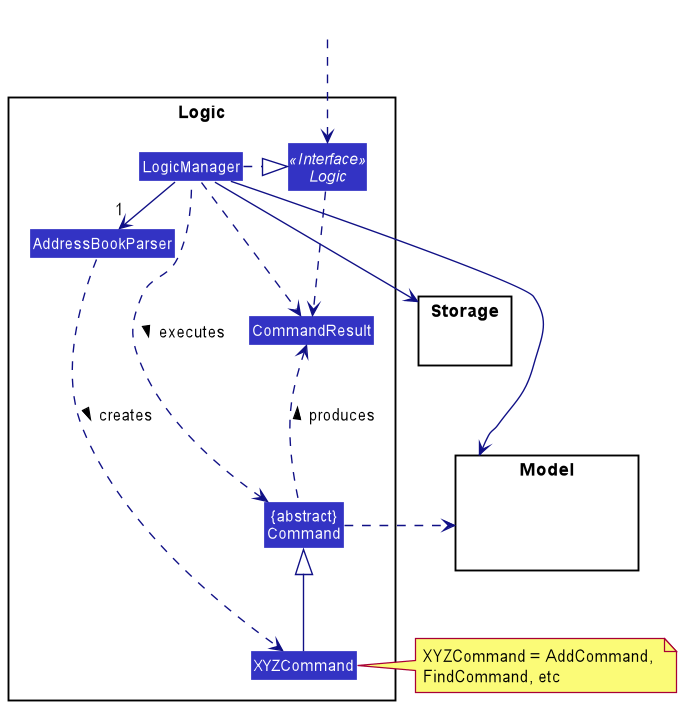
This is docs/images/LogicClassDiagram.png from se-edu/addressbook-level3, a PlantUML export, as it was before one commit.
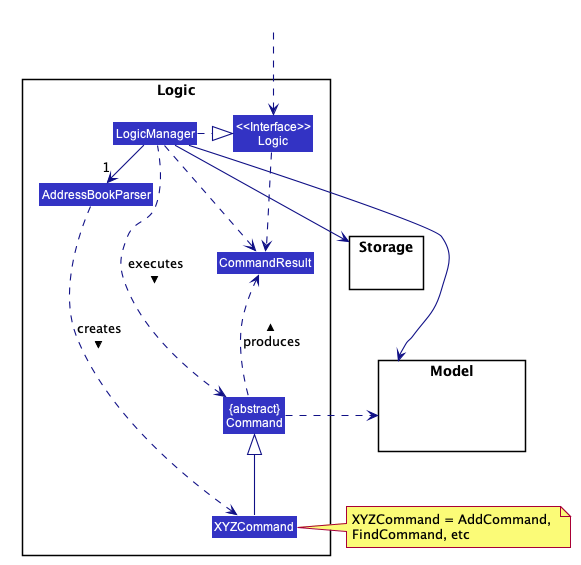
Later version of the same file.

Commit message:
Update all class diagrams which uses interfaces to non-italics

The edit, as a diff of the source:
```diff
@@ -1,8 +1,55 @@
 @startuml
-!include style.puml
+
+
+
+
+
+
+
+
+skinparam BackgroundColor #FFFFFFF
+
+skinparam Shadowing false
+
+skinparam Class {
+    FontColor #FFFFFF
+    BorderThickness 1
+    BorderColor #FFFFFF
+    StereotypeFontColor #FFFFFF
+    FontName Arial
+}
+
+skinparam Actor {
+    BorderColor #000000
+    Color #000000
+    FontName Arial
+}
+
+skinparam Sequence {
+    MessageAlign center
+    BoxFontSize 15
+    BoxPadding 0
+    BoxFontColor #FFFFFF
+    FontName Arial
+}
+
+skinparam Participant {
+    FontColor #FFFFFFF
+    Padding 20
+}
+
+skinparam MinClassWidth 50
+skinparam ParticipantPadding 10
+skinparam Shadowing false
+skinparam DefaultTextAlignment center
+skinparam packageStyle Rectangle
+
+hide footbox
+hide members
+hide circle
 skinparam arrowThickness 1.1
-skinparam arrowColor LOGIC_COLOR_T4
-skinparam classBackgroundColor LOGIC_COLOR
+skinparam arrowColor #101086
+skinparam classBackgroundColor #3333C4
 
 package Logic {
 
@@ -12,7 +59,7 @@
 Class "{abstract}\nCommand" as Command
 
 
-Interface Logic <<Interface>>
+Class "<<Interface>>\nLogic"
 Class LogicManager
 }
 
@@ -24,9 +71,9 @@
 }
 
 Class HiddenOutside #FFFFFF
-HiddenOutside ..> Logic
+HiddenOutside ..> "<<Interface>>\nLogic"
 
-LogicManager .right.|> Logic
+LogicManager .right.|> "<<Interface>>\nLogic"
 LogicManager -right->"1" AddressBookParser
 AddressBookParser ..> XYZCommand : creates >
 
@@ -40,7 +87,7 @@
 Command .right.> Model
 note right of XYZCommand: XYZCommand = AddCommand, \nFindCommand, etc
 
-Logic ..> CommandResult
+"<<Interface>>\nLogic" ..> CommandResult
 LogicManager .down.> CommandResult
 Command .up.> CommandResult : produces >
 @enduml
```
